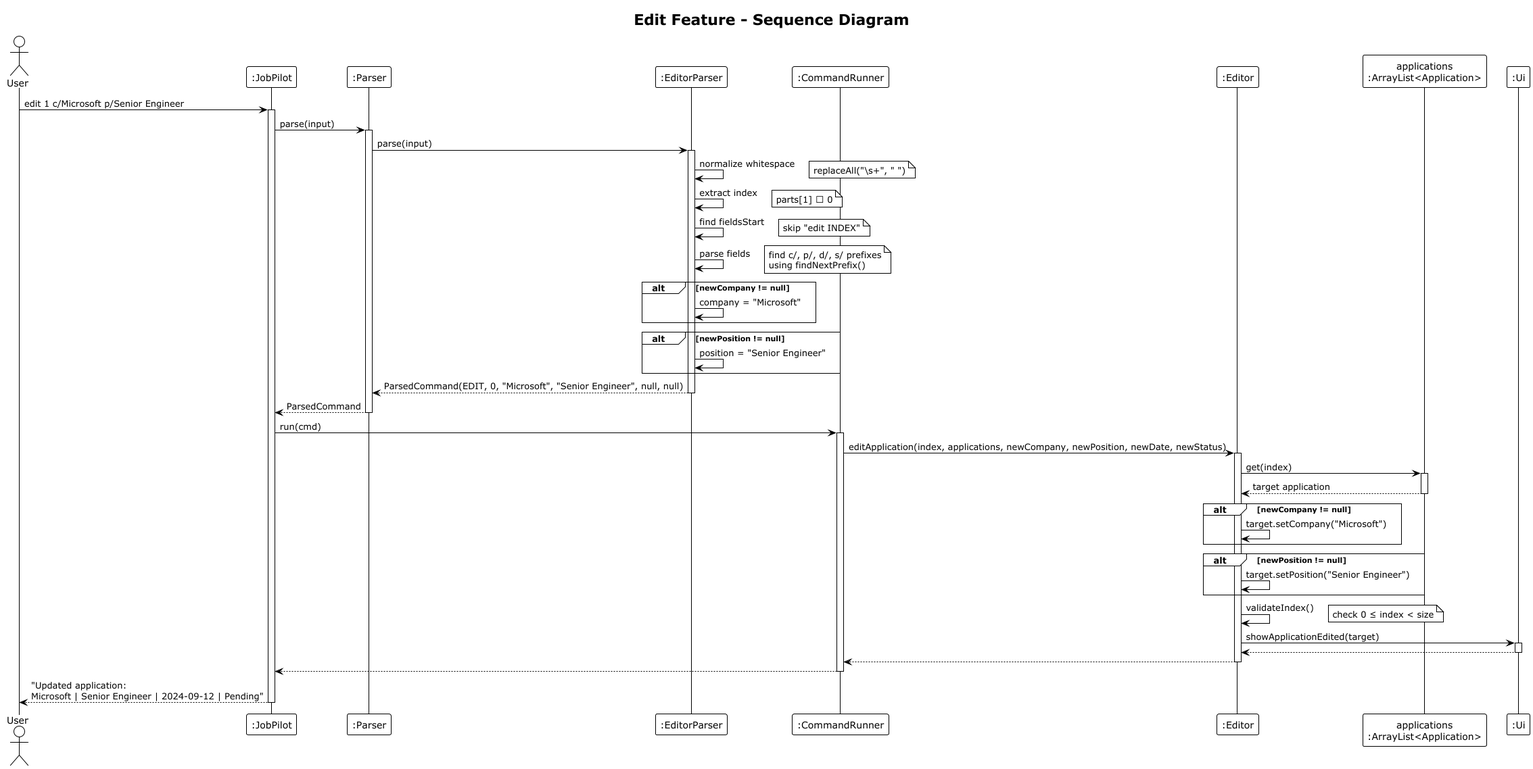
Earlier version of the PlantUML export docs/diagrams/editor/sequence.png (AY2526S2-CS2113-W13-3/tp).
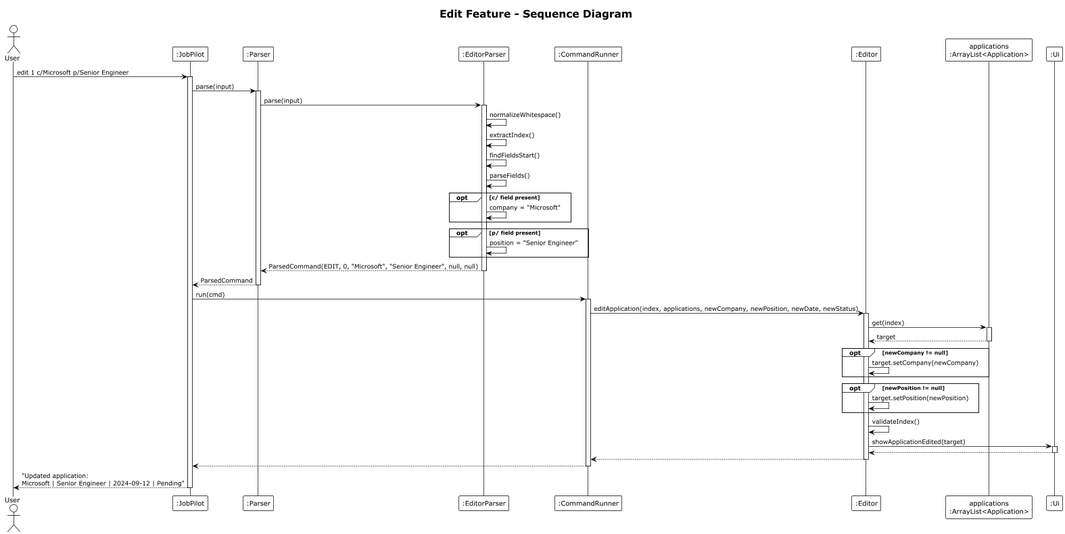
After the commit.

Commit message:
Update Editor Diagram in DG

The edit, as a diff of the source:
```diff
@@ -20,25 +20,16 @@
 Parser -> EditorParser : parse(input)
 activate EditorParser
 
-EditorParser -> EditorParser : normalize whitespace
-note right: replaceAll("\\s+", " ")
+EditorParser -> EditorParser : normalizeWhitespace()
+EditorParser -> EditorParser : extractIndex()
+EditorParser -> EditorParser : findFieldsStart()
+EditorParser -> EditorParser : parseFields()
 
-EditorParser -> EditorParser : extract index
-note right: parts[1] → 0
-
-EditorParser -> EditorParser : find fieldsStart
-note right: skip "edit INDEX"
-
-EditorParser -> EditorParser : parse fields
-note right
-  find c/, p/, d/, s/ prefixes
-  using findNextPrefix()
-end note
-
-alt newCompany != null
+opt c/ field present
     EditorParser -> EditorParser : company = "Microsoft"
 end
-alt newPosition != null
+
+opt p/ field present
     EditorParser -> EditorParser : position = "Senior Engineer"
 end
 
@@ -56,19 +47,18 @@
 
 Editor -> List : get(index)
 activate List
-List --> Editor : target application
+List --> Editor : target
 deactivate List
 
-alt newCompany != null
-    Editor -> Editor : target.setCompany("Microsoft")
+opt newCompany != null
+    Editor -> Editor : target.setCompany(newCompany)
 end
 
-alt newPosition != null
-    Editor -> Editor : target.setPosition("Senior Engineer")
+opt newPosition != null
+    Editor -> Editor : target.setPosition(newPosition)
 end
 
 Editor -> Editor : validateIndex()
-note right: check 0 ≤ index < size
 
 Editor -> Ui : showApplicationEdited(target)
 activate Ui
```
